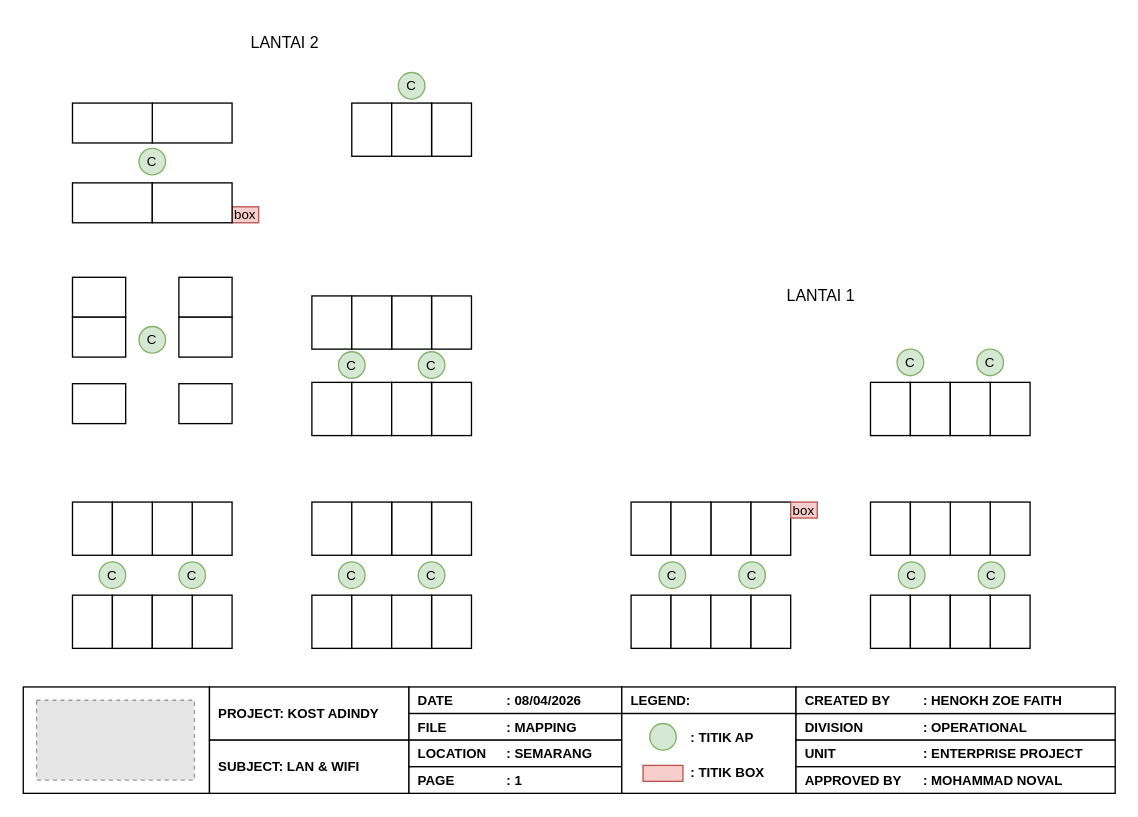
The draw.io diagram page "Denah" (1 of 2) of Topologi dan Mapping Kost Adindy.drawio in hnkzf/topologi-site, before the edit. Source tidied: cells renumbered, new cells numbered last; positions are measured from the earlier drawing's top-left corner, leaving out a move shared by most shapes. Both pictures are drawn from the tidied source at 133%, with x=0, y=0 at pixel (23, 23). Pictures stored in the file or linked from it are replaced by grey dashed boxes.
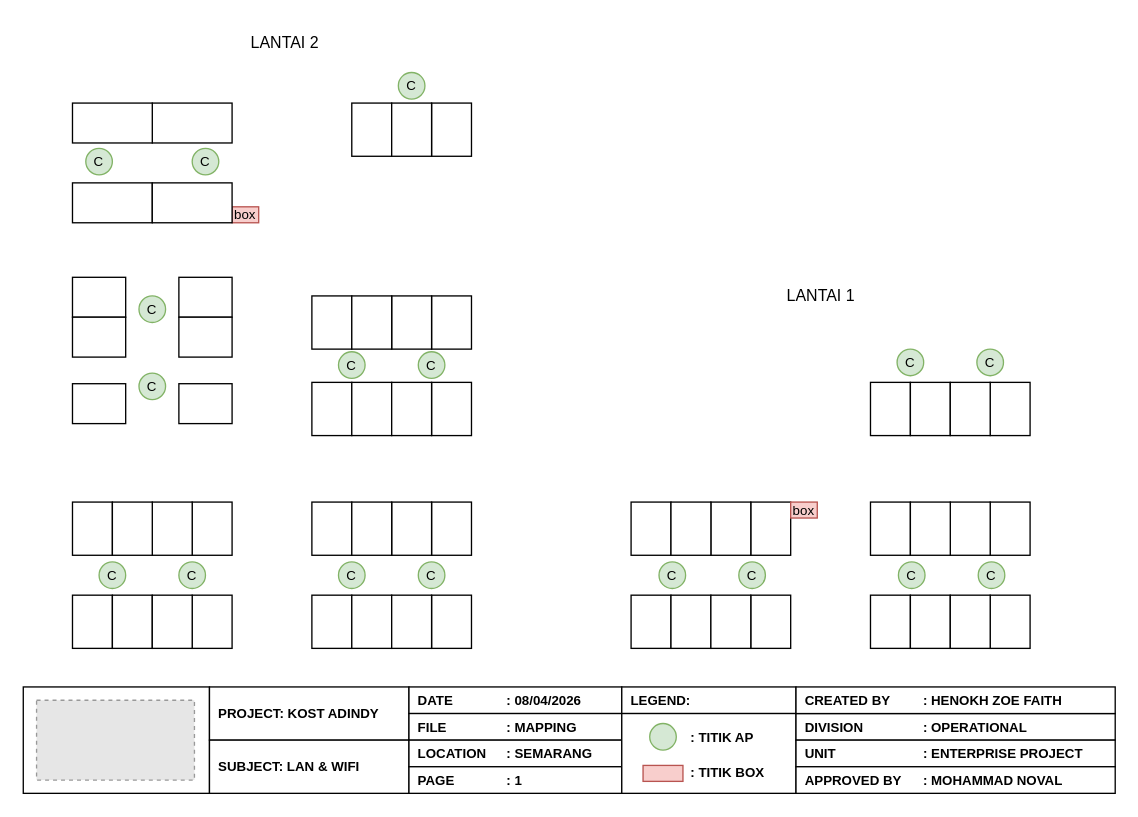
After the change.

What changed in the source:
```diff
@@
     <mxCell id="92" value="C" style="ellipse;whiteSpace=wrap;html=1;fillColor=#d5e8d4;strokeColor=#82b366;fontSize=10;" parent="1" vertex="1">
-      <mxGeometry x="87" y="228" width="20" height="20" as="geometry" />
+      <mxGeometry x="87" y="205" width="20" height="20" as="geometry" />
     </mxCell>
     <mxCell id="93" value="C" style="ellipse;whiteSpace=wrap;html=1;fillColor=#d5e8d4;strokeColor=#82b366;fontSize=10;" parent="1" vertex="1">
-      <mxGeometry x="87" y="94" width="20" height="20" as="geometry" />
+      <mxGeometry x="47" y="94" width="20" height="20" as="geometry" />
     </mxCell>
@@
+    <mxCell id="96" value="C" style="ellipse;whiteSpace=wrap;html=1;fillColor=#d5e8d4;strokeColor=#82b366;fontSize=10;" parent="1" vertex="1">
+      <mxGeometry x="127" y="94" width="20" height="20" as="geometry" />
+    </mxCell>
+    <mxCell id="97" value="C" style="ellipse;whiteSpace=wrap;html=1;fillColor=#d5e8d4;strokeColor=#82b366;fontSize=10;" parent="1" vertex="1">
+      <mxGeometry x="87" y="263" width="20" height="20" as="geometry" />
+    </mxCell>
```
